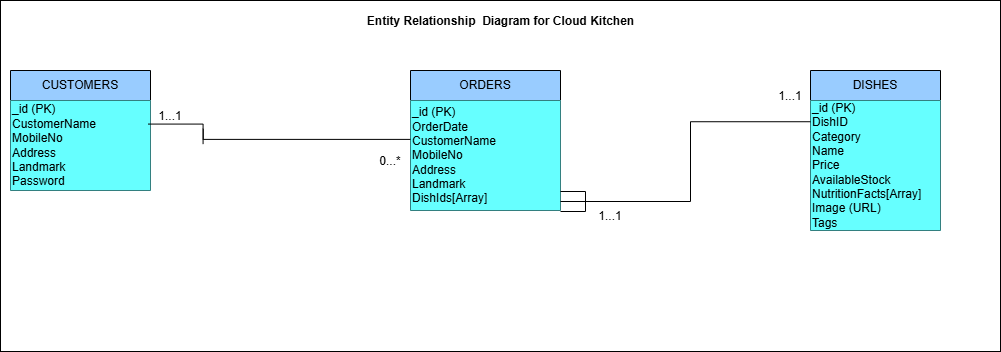
Before: Final Report/Diagrams with Corrections/ERDiagrams-CST3990-M00979693.png, a diagram exported from draw.io (SaiNeetiSayam/CST3990-Neeti-Vue). Source tidied: cells renumbered, new cells last; positions are measured from the earlier drawing's top-left corner, leaving out a move shared by most shapes.
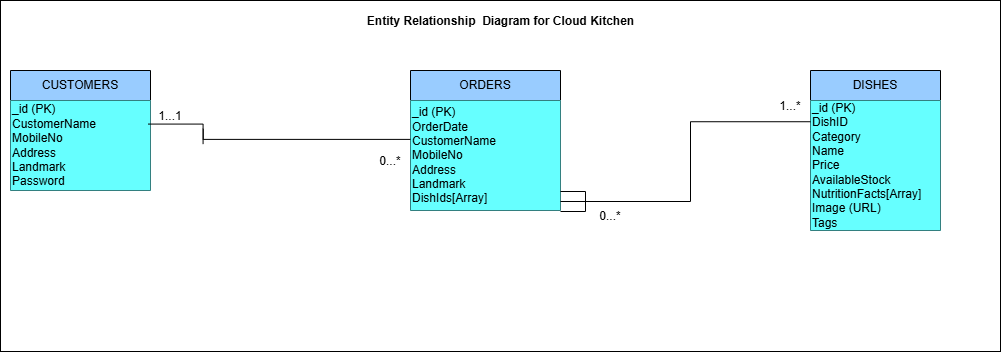
After the commit.

Change to the diagram source:
```diff
@@ -56,10 +56,10 @@
         <mxPoint x="690" y="201" as="targetPoint" />
       </mxGeometry>
     </mxCell>
-    <mxCell id="18" value="1...1" style="text;html=1;whiteSpace=wrap;strokeColor=none;fillColor=none;align=center;verticalAlign=middle;rounded=0;" parent="1" vertex="1">
-      <mxGeometry x="760" y="81.4" width="60" height="30" as="geometry" />
+    <mxCell id="18" value="1...*" style="text;html=1;whiteSpace=wrap;strokeColor=none;fillColor=none;align=center;verticalAlign=middle;rounded=0;" parent="1" vertex="1">
+      <mxGeometry x="760" y="90.8" width="60" height="30.4" as="geometry" />
     </mxCell>
-    <mxCell id="19" value="1...1" style="text;html=1;whiteSpace=wrap;strokeColor=none;fillColor=none;align=center;verticalAlign=middle;rounded=0;" parent="1" vertex="1">
+    <mxCell id="19" value="0...*" style="text;html=1;whiteSpace=wrap;strokeColor=none;fillColor=none;align=center;verticalAlign=middle;rounded=0;" parent="1" vertex="1">
       <mxGeometry x="580" y="201" width="60" height="30" as="geometry" />
     </mxCell>
   </root>
```
